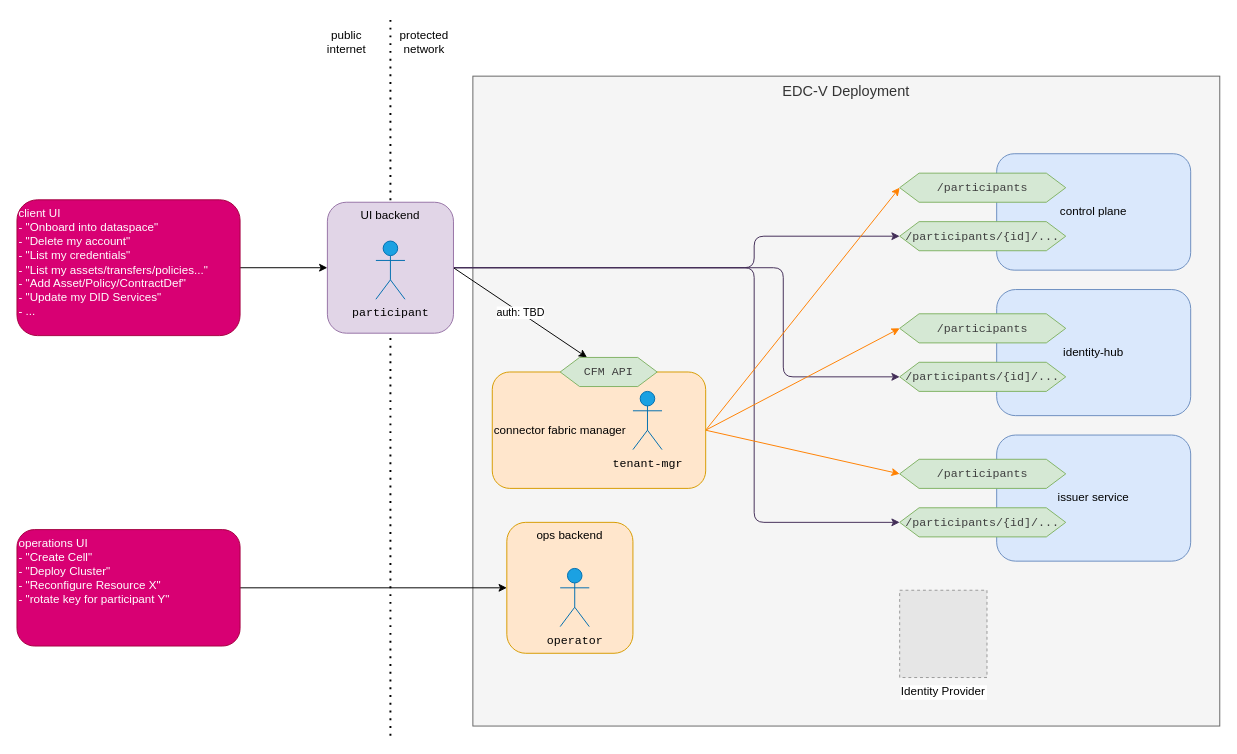
Above: docs/assets/roles_and_apis.drawio in eclipse-edc/Virtual-Connector (draw.io), before the change. Source tidied: cells renumbered, new cells numbered last; positions are measured from the earlier drawing's top-left corner, leaving out a move shared by most shapes. Both pictures are drawn from the tidied source at 97%, with x=0, y=0 at pixel (16, 17). Pictures stored in the file or linked from it are replaced by grey dashed boxes.
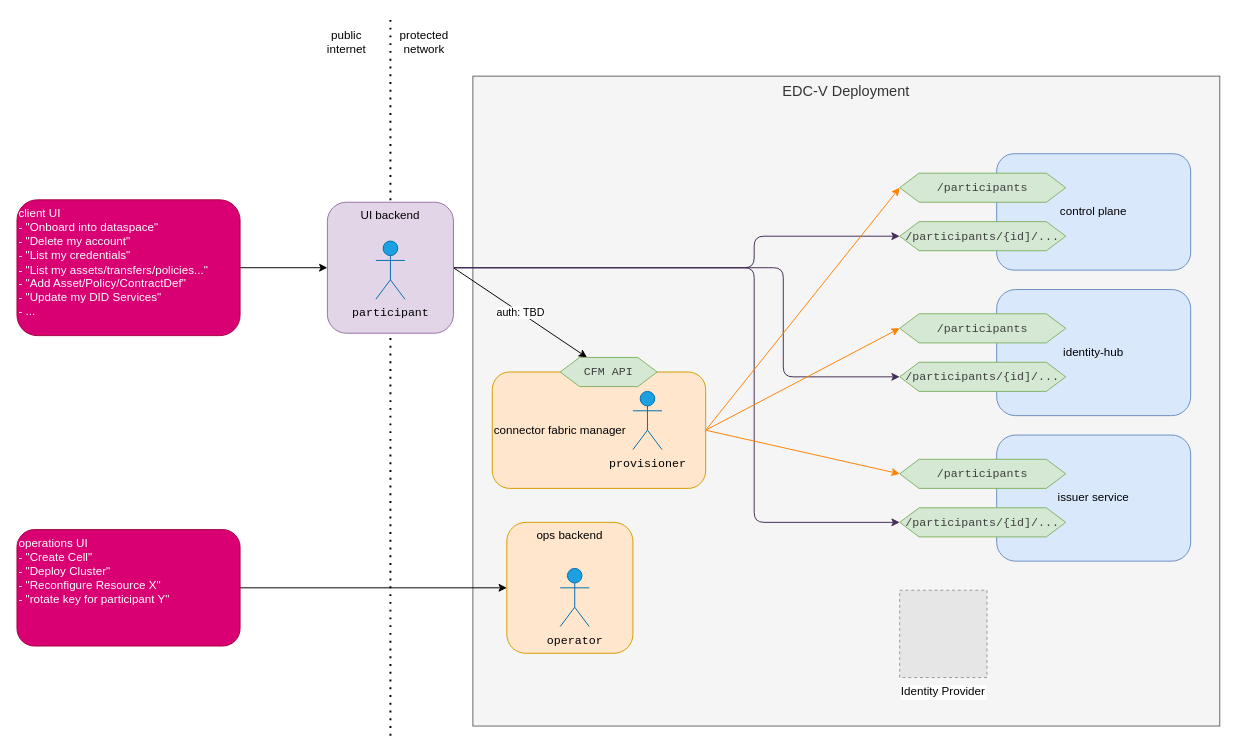
The same diagram, later.

What changed in the source:
```diff
@@
-    <mxCell id="18" value="&lt;font face=&quot;Courier New&quot;&gt;tenant-mgr&lt;/font&gt;" style="shape=umlActor;verticalLabelPosition=bottom;verticalAlign=top;html=1;fillColor=#1ba1e2;strokeColor=#006EAF;fontColor=default;" parent="1" vertex="1">
+    <mxCell id="18" value="&lt;font face=&quot;Courier New&quot;&gt;provisioner&lt;/font&gt;" style="shape=umlActor;verticalLabelPosition=bottom;verticalAlign=top;html=1;fillColor=#1ba1e2;strokeColor=#006EAF;fontColor=default;" parent="1" vertex="1">
       <mxGeometry x="635" y="385" width="30" height="60" as="geometry" />
     </mxCell>
```
